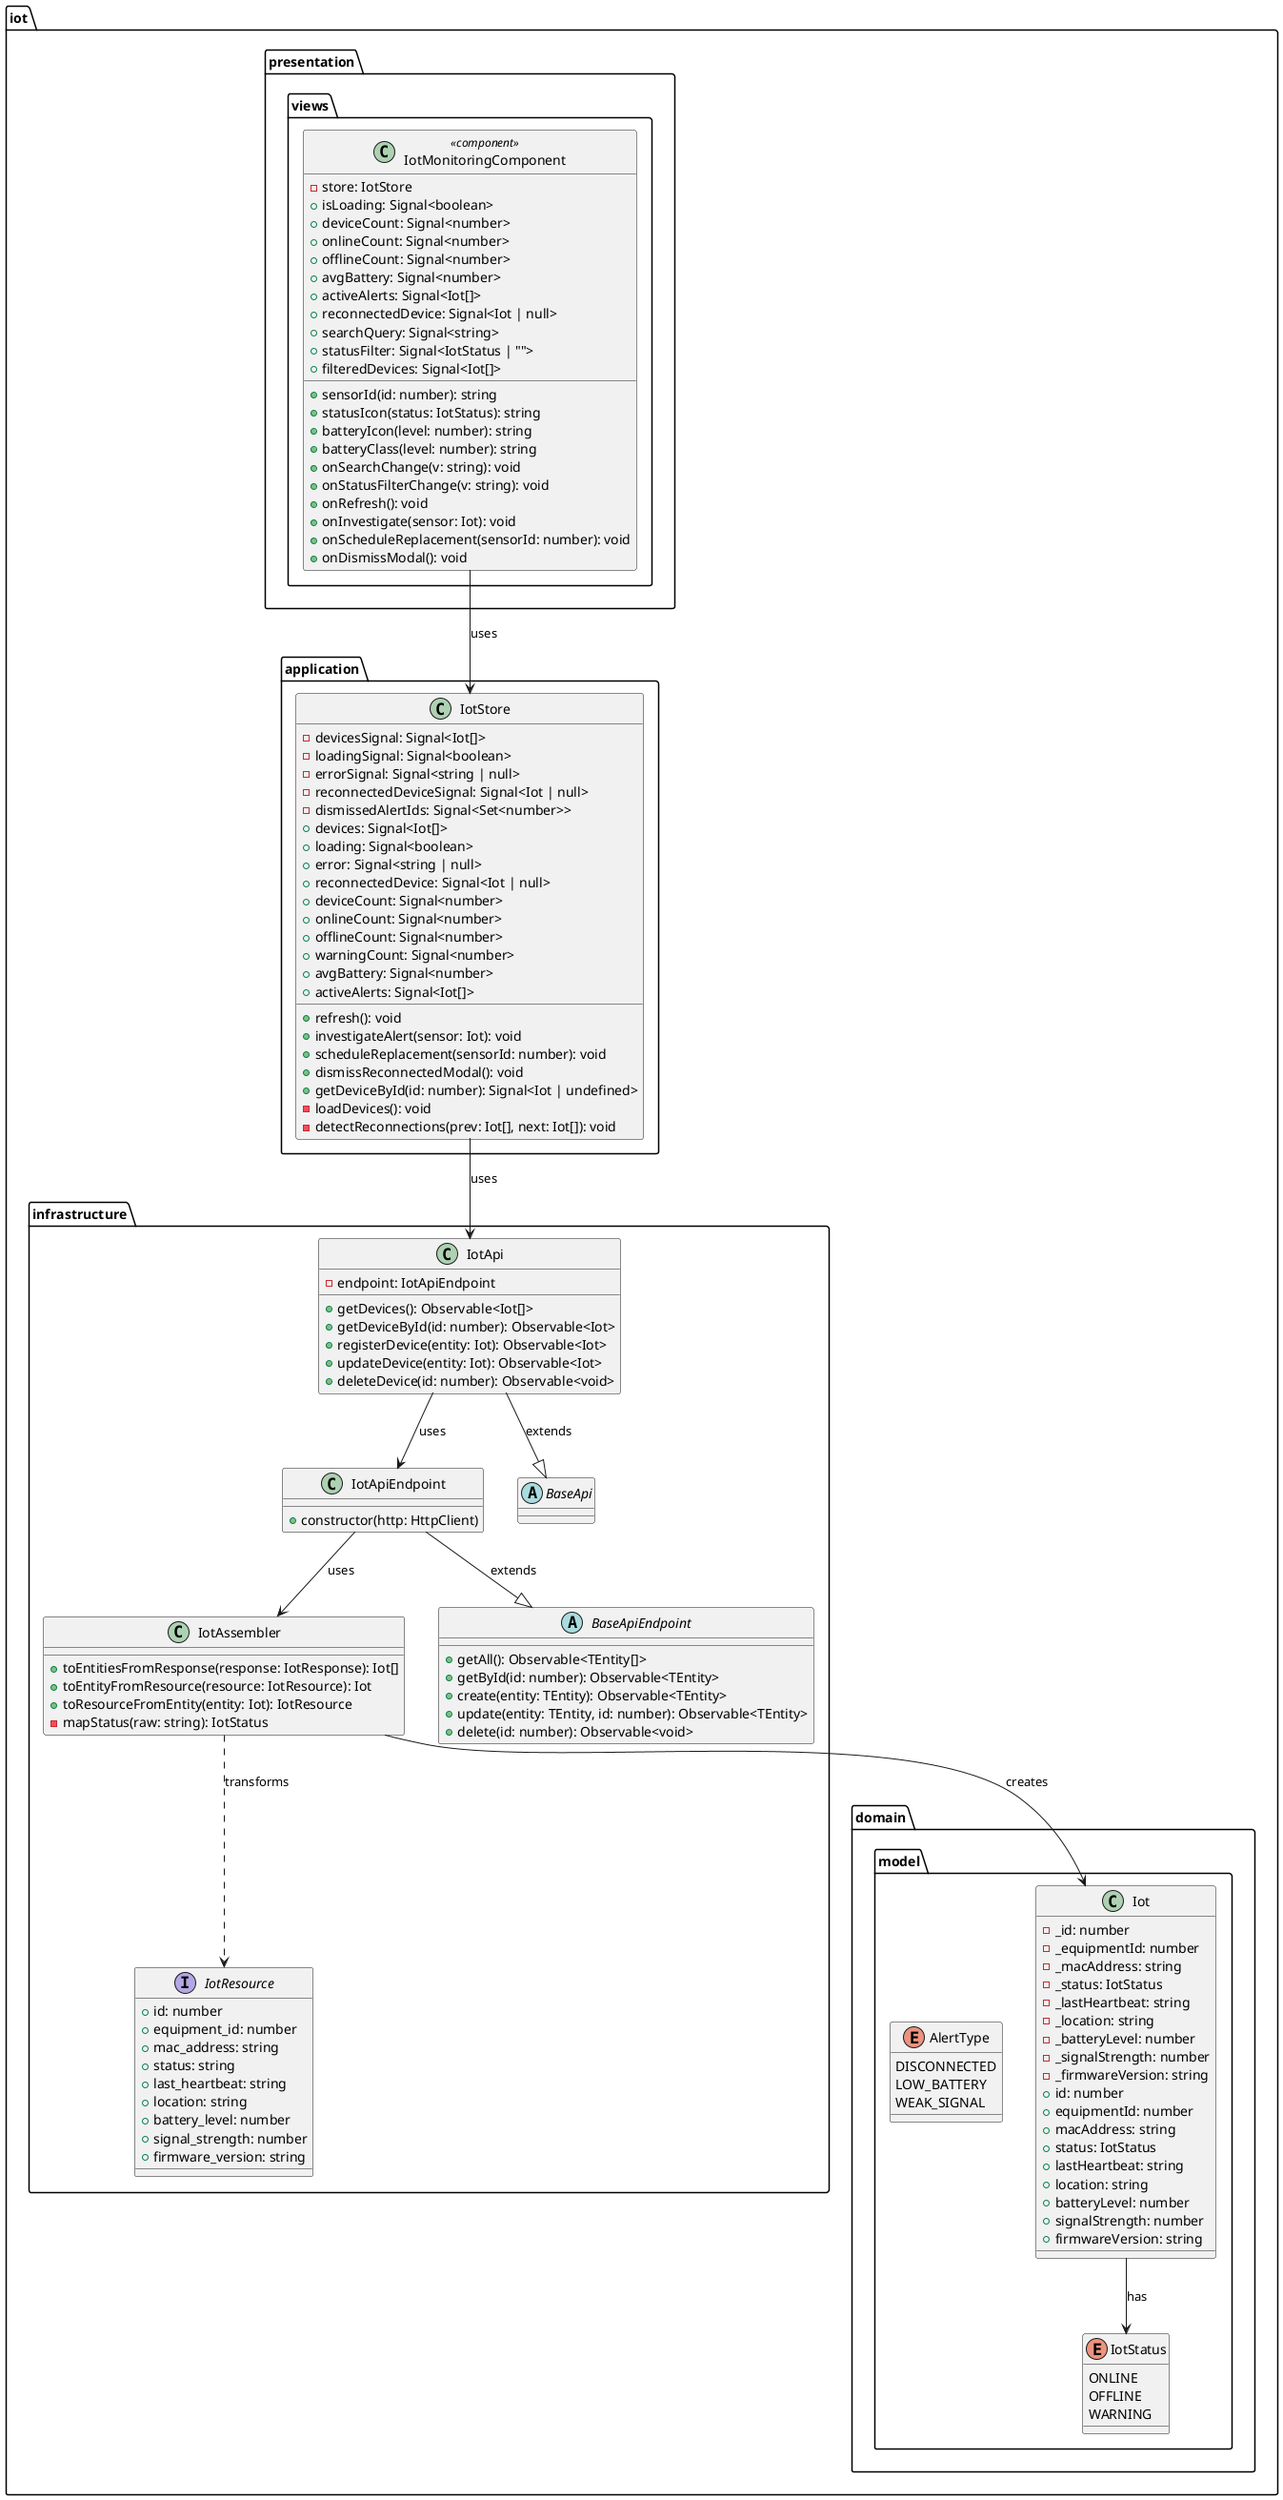
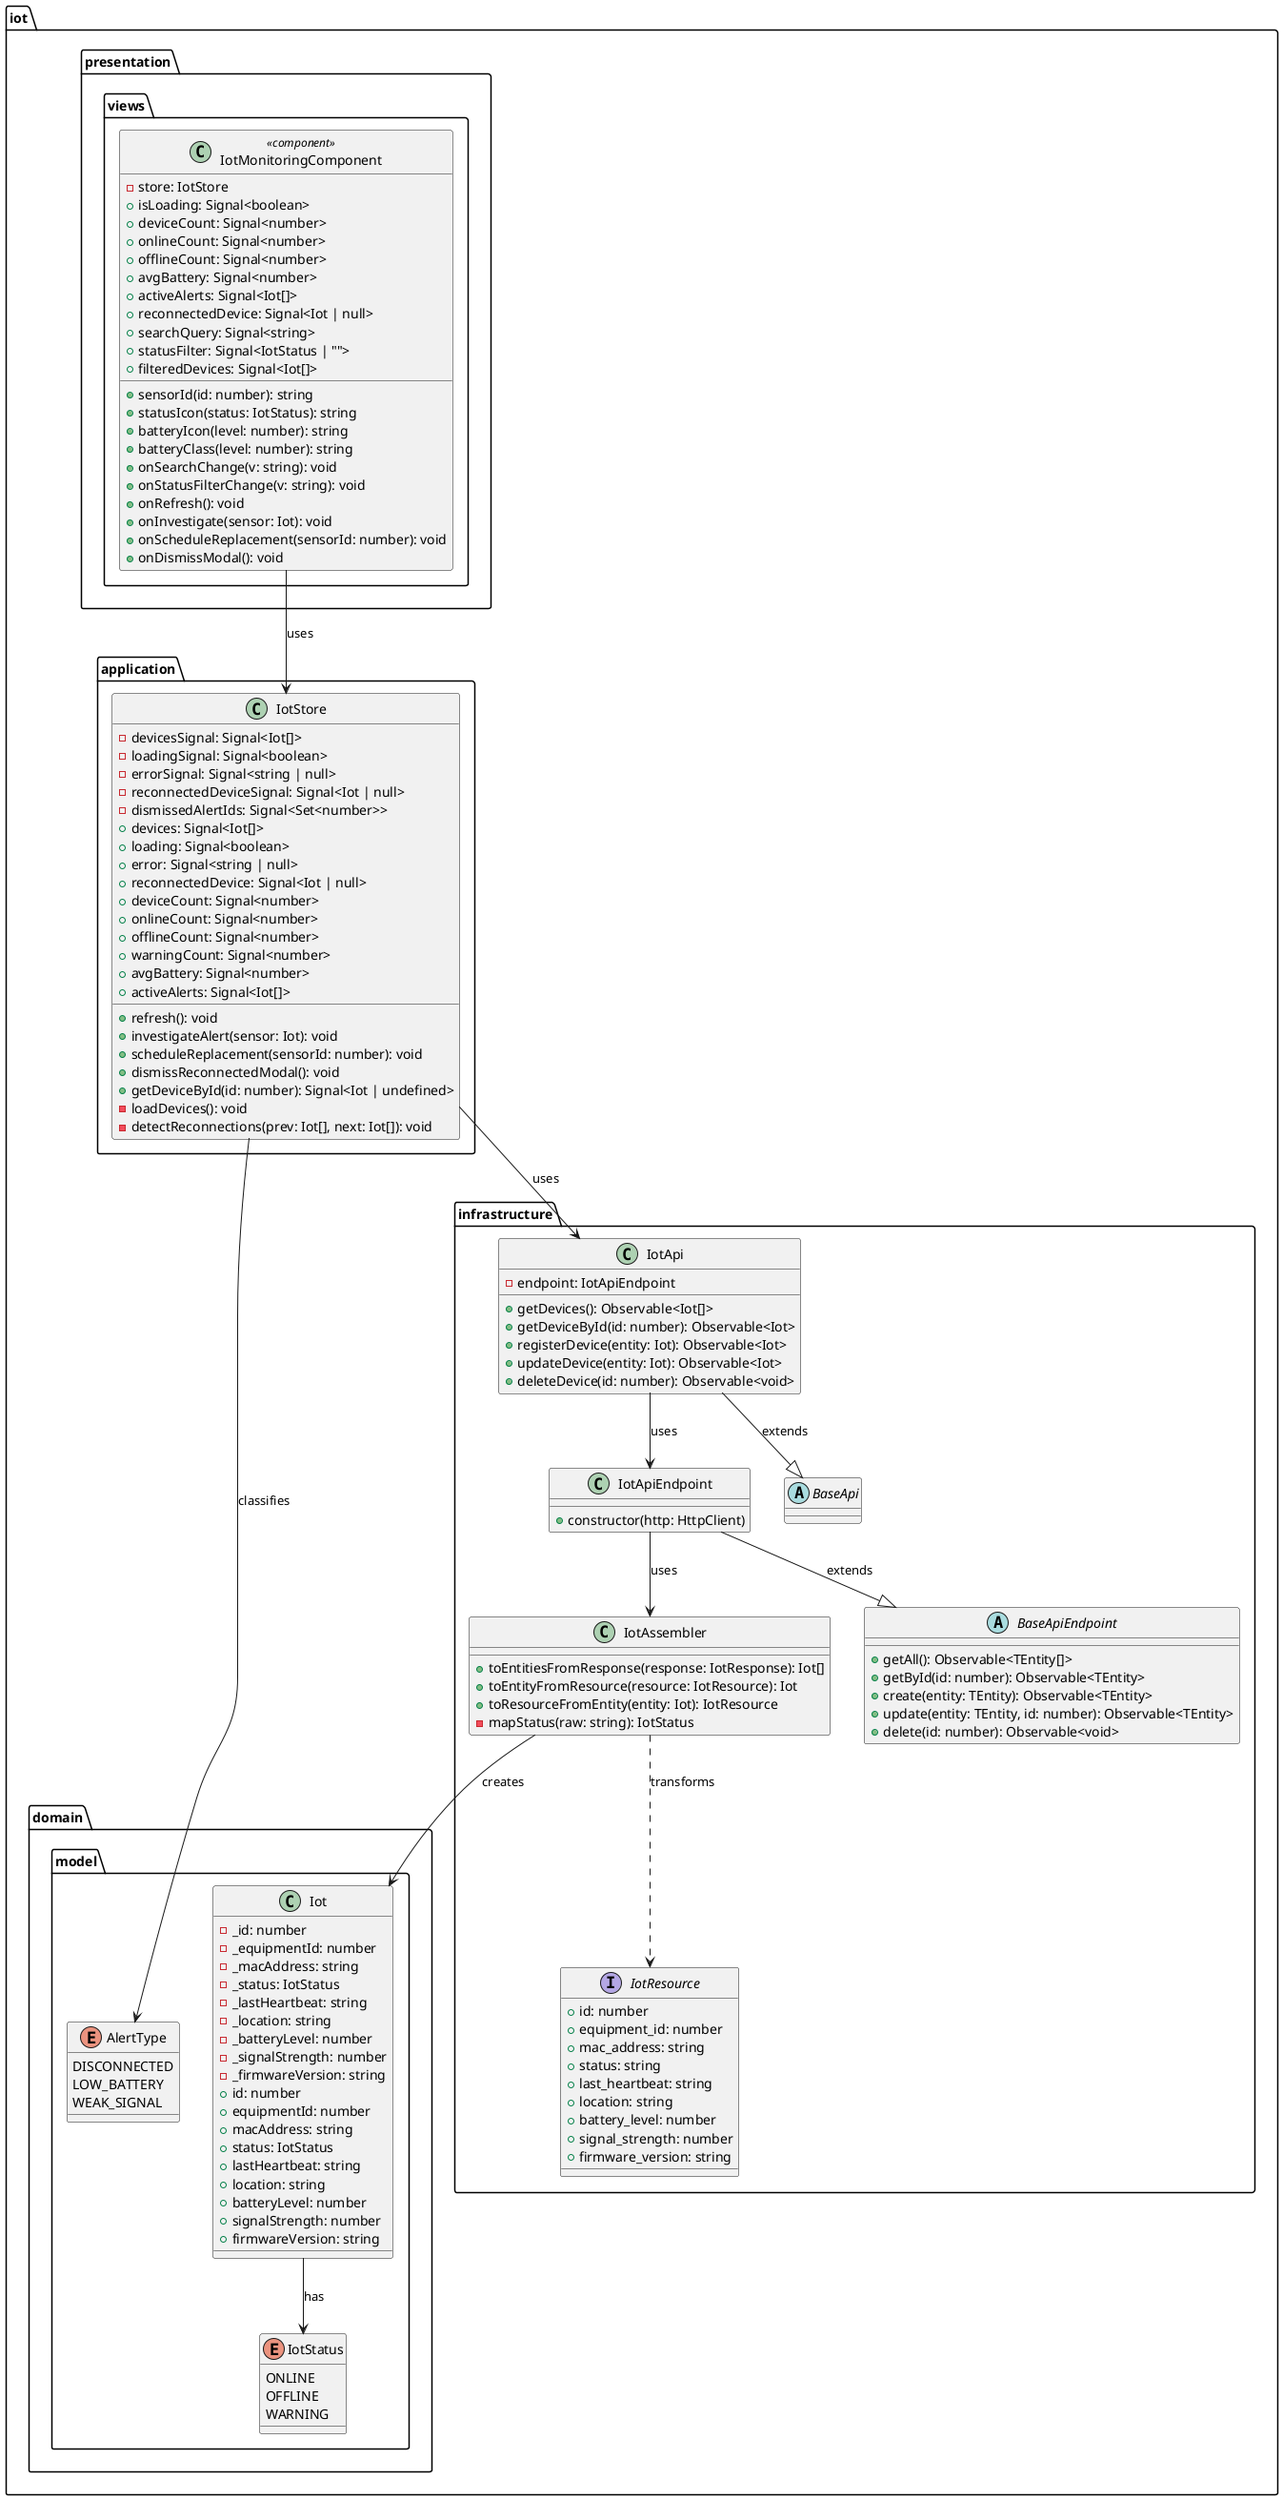
@startuml BC-04_IoT

package "iot.domain.model" {
  class Iot {
    - _id: number
    - _equipmentId: number
    - _macAddress: string
    - _status: IotStatus
    - _lastHeartbeat: string
    - _location: string
    - _batteryLevel: number
    - _signalStrength: number
    - _firmwareVersion: string
    + id: number
    + equipmentId: number
    + macAddress: string
    + status: IotStatus
    + lastHeartbeat: string
    + location: string
    + batteryLevel: number
    + signalStrength: number
    + firmwareVersion: string
  }

  enum IotStatus {
    ONLINE
    OFFLINE
    WARNING
  }

  enum AlertType {
    DISCONNECTED
    LOW_BATTERY
    WEAK_SIGNAL
  }
}

package "iot.application" {
  class IotStore {
    - devicesSignal: Signal<Iot[]>
    - loadingSignal: Signal<boolean>
    - errorSignal: Signal<string | null>
    - reconnectedDeviceSignal: Signal<Iot | null>
    - dismissedAlertIds: Signal<Set<number>>
    + devices: Signal<Iot[]>
    + loading: Signal<boolean>
    + error: Signal<string | null>
    + reconnectedDevice: Signal<Iot | null>
    + deviceCount: Signal<number>
    + onlineCount: Signal<number>
    + offlineCount: Signal<number>
    + warningCount: Signal<number>
    + avgBattery: Signal<number>
    + activeAlerts: Signal<Iot[]>
    + refresh(): void
    + investigateAlert(sensor: Iot): void
    + scheduleReplacement(sensorId: number): void
    + dismissReconnectedModal(): void
    + getDeviceById(id: number): Signal<Iot | undefined>
    - loadDevices(): void
    - detectReconnections(prev: Iot[], next: Iot[]): void
  }
}

package "iot.infrastructure" {
  interface IotResource {
    + id: number
    + equipment_id: number
    + mac_address: string
    + status: string
    + last_heartbeat: string
    + location: string
    + battery_level: number
    + signal_strength: number
    + firmware_version: string
  }

  class IotAssembler {
    + toEntitiesFromResponse(response: IotResponse): Iot[]
    + toEntityFromResource(resource: IotResource): Iot
    + toResourceFromEntity(entity: Iot): IotResource
    - mapStatus(raw: string): IotStatus
  }

  class IotApiEndpoint {
    + constructor(http: HttpClient)
  }

  class IotApi {
    - endpoint: IotApiEndpoint
    + getDevices(): Observable<Iot[]>
    + getDeviceById(id: number): Observable<Iot>
    + registerDevice(entity: Iot): Observable<Iot>
    + updateDevice(entity: Iot): Observable<Iot>
    + deleteDevice(id: number): Observable<void>
  }

  abstract class BaseApi {
  }

  abstract class BaseApiEndpoint {
    + getAll(): Observable<TEntity[]>
    + getById(id: number): Observable<TEntity>
    + create(entity: TEntity): Observable<TEntity>
    + update(entity: TEntity, id: number): Observable<TEntity>
    + delete(id: number): Observable<void>
  }
}

package "iot.presentation.views" {
  class IotMonitoringComponent <<component>> {
    - store: IotStore
    + isLoading: Signal<boolean>
    + deviceCount: Signal<number>
    + onlineCount: Signal<number>
    + offlineCount: Signal<number>
    + avgBattery: Signal<number>
    + activeAlerts: Signal<Iot[]>
    + reconnectedDevice: Signal<Iot | null>
    + searchQuery: Signal<string>
    + statusFilter: Signal<IotStatus | "">
    + filteredDevices: Signal<Iot[]>
    + sensorId(id: number): string
    + statusIcon(status: IotStatus): string
    + batteryIcon(level: number): string
    + batteryClass(level: number): string
    + onSearchChange(v: string): void
    + onStatusFilterChange(v: string): void
    + onRefresh(): void
    + onInvestigate(sensor: Iot): void
    + onScheduleReplacement(sensorId: number): void
    + onDismissModal(): void
  }
}

IotApi --|> BaseApi : extends
IotApiEndpoint --|> BaseApiEndpoint : extends
IotApi --> IotApiEndpoint : uses
IotApiEndpoint --> IotAssembler : uses
IotStore --> IotApi : uses
IotAssembler ..> IotResource : transforms
IotAssembler --> Iot : creates
IotMonitoringComponent --> IotStore : uses
Iot --> IotStatus : has
+ IotStore --> AlertType : classifies

@enduml
